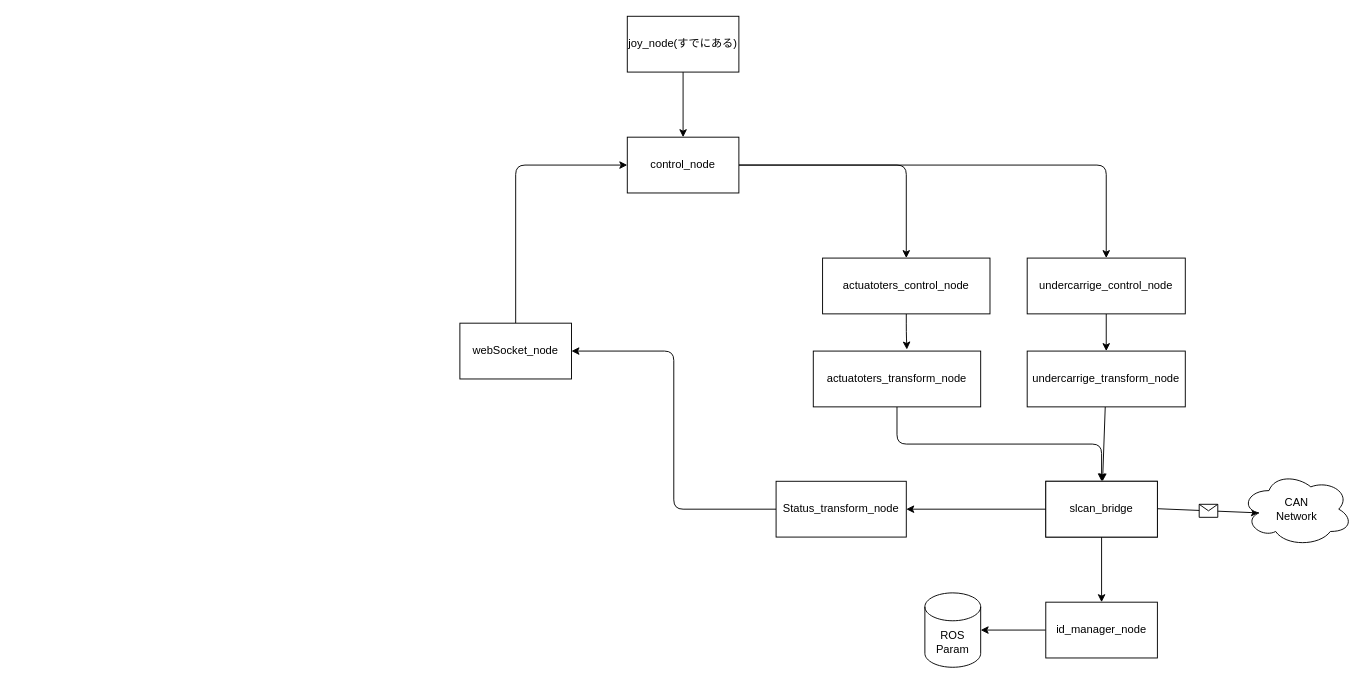
IndigoCarmine/chiba_robot_senior_team keeps this draw.io diagram as Connection.drawio. Above is the earlier version. Source tidied: cells renumbered, new cells numbered last; positions are measured from the earlier drawing's top-left corner, leaving out a move shared by most shapes. Both pictures are drawn from the tidied source at 93%, with x=0, y=0 at pixel (459, 16).
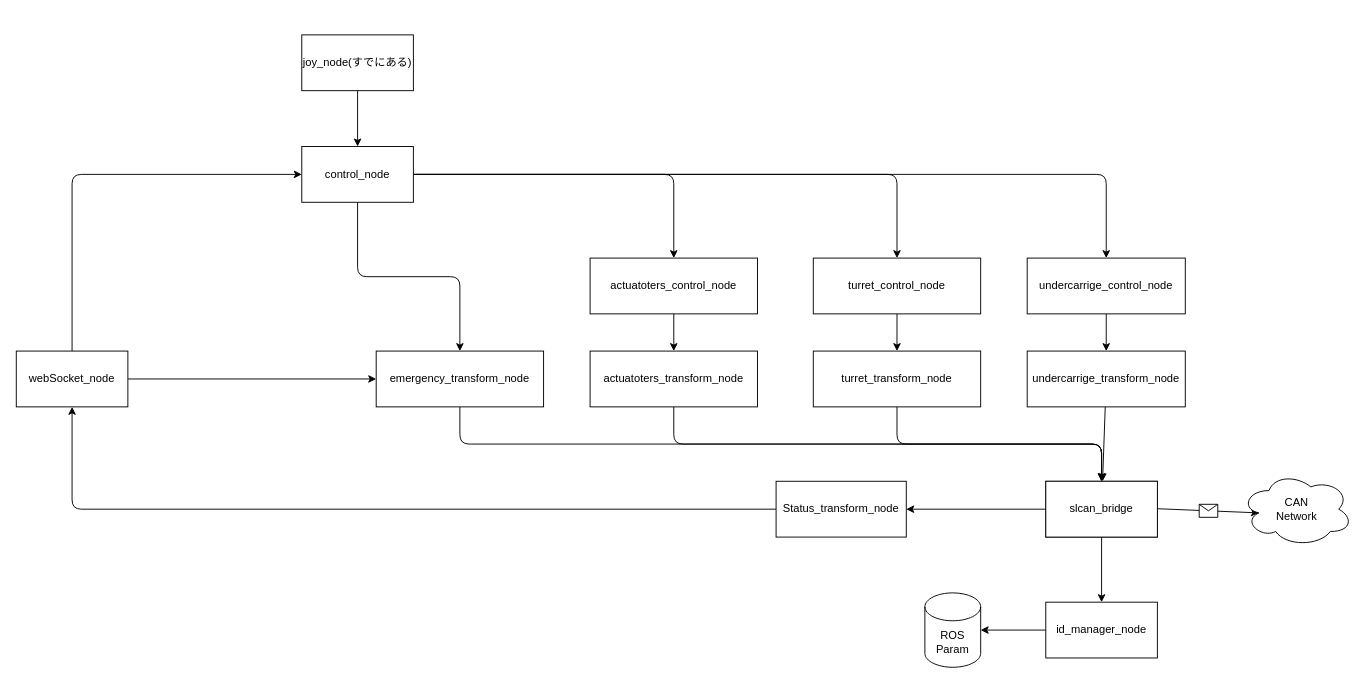
The same page after the edit.

Unchanged cells that the change refers to:
```xml
<mxCell id="9" value="slcan_bridge" style="rounded=0;whiteSpace=wrap;html=1;" parent="1" vertex="1">
  <mxGeometry x="630" y="500" width="120" height="60" as="geometry" />
</mxCell>
<mxCell id="19" value="Status_transform_node" style="rounded=0;whiteSpace=wrap;html=1;" parent="1" vertex="1">
  <mxGeometry x="340" y="500" width="140" height="60" as="geometry" />
</mxCell>
```

Change to the diagram source:
```diff
@@
-    <mxCell id="12" value="actuatoters_transform_node" style="rounded=0;whiteSpace=wrap;html=1;" parent="1" vertex="1">
+    <mxCell id="12" value="turret_transform_node" style="rounded=0;whiteSpace=wrap;html=1;" parent="1" vertex="1">
       <mxGeometry x="380" y="360" width="180" height="60" as="geometry" />
     </mxCell>
-    <mxCell id="13" style="edgeStyle=orthogonalEdgeStyle;html=1;exitX=0.5;exitY=1;exitDx=0;exitDy=0;entryX=0.559;entryY=-0.028;entryDx=0;entryDy=0;entryPerimeter=0;" parent="1" edge="1" source="14" target="12">
+    <mxCell id="13" style="edgeStyle=orthogonalEdgeStyle;html=1;exitX=0.5;exitY=1;exitDx=0;exitDy=0;entryX=0.5;entryY=0;entryDx=0;entryDy=0;" parent="1" edge="1" source="14" target="12">
       <mxGeometry relative="1" as="geometry" />
     </mxCell>
-    <mxCell id="14" value="actuatoters_control_node" style="rounded=0;whiteSpace=wrap;html=1;" parent="1" vertex="1">
-      <mxGeometry x="390" y="260" width="180" height="60" as="geometry" />
+    <mxCell id="14" value="turret_control_node" style="rounded=0;whiteSpace=wrap;html=1;" parent="1" vertex="1">
+      <mxGeometry x="380" y="260" width="180" height="60" as="geometry" />
     </mxCell>
@@
-    <mxCell id="18" style="edgeStyle=orthogonalEdgeStyle;html=1;exitX=0;exitY=0.5;exitDx=0;exitDy=0;entryX=1;entryY=0.5;entryDx=0;entryDy=0;" parent="1" edge="1" source="19" target="24">
+    <mxCell id="18" style="edgeStyle=orthogonalEdgeStyle;html=1;exitX=0;exitY=0.5;exitDx=0;exitDy=0;entryX=0.5;entryY=1;entryDx=0;entryDy=0;" parent="1" edge="1" source="19" target="24">
       <mxGeometry relative="1" as="geometry" />
     </mxCell>
@@
+    <mxCell id="29" style="edgeStyle=orthogonalEdgeStyle;html=1;exitX=1;exitY=0.5;exitDx=0;exitDy=0;entryX=0.5;entryY=0;entryDx=0;entryDy=0;" parent="1" edge="1" source="22" target="35">
+      <mxGeometry relative="1" as="geometry" />
+    </mxCell>
+    <mxCell id="30" style="edgeStyle=orthogonalEdgeStyle;html=1;exitX=0.5;exitY=1;exitDx=0;exitDy=0;entryX=0.5;entryY=0;entryDx=0;entryDy=0;" parent="1" edge="1" source="22" target="37">
+      <mxGeometry relative="1" as="geometry" />
+    </mxCell>
     <mxCell id="22" value="control_node" style="rounded=0;whiteSpace=wrap;html=1;" parent="1" vertex="1">
-      <mxGeometry x="180" y="130" width="120" height="60" as="geometry" />
+      <mxGeometry x="-170" y="140" width="120" height="60" as="geometry" />
     </mxCell>
@@
+    <mxCell id="31" style="edgeStyle=orthogonalEdgeStyle;html=1;exitX=1;exitY=0.5;exitDx=0;exitDy=0;entryX=0;entryY=0.5;entryDx=0;entryDy=0;" parent="1" edge="1" source="24" target="37">
+      <mxGeometry relative="1" as="geometry" />
+    </mxCell>
     <mxCell id="24" value="webSocket_node" style="rounded=0;whiteSpace=wrap;html=1;" parent="1" vertex="1">
-      <mxGeometry y="330" width="120" height="60" as="geometry" />
+      <mxGeometry x="-477" y="360" width="120" height="60" as="geometry" />
     </mxCell>
@@
     <mxCell id="26" value="joy_node(すでにある)" style="rounded=0;whiteSpace=wrap;html=1;" parent="1" vertex="1">
-      <mxGeometry x="180" width="120" height="60" as="geometry" />
+      <mxGeometry x="-170" y="20" width="120" height="60" as="geometry" />
     </mxCell>
@@
+    <mxCell id="32" style="edgeStyle=orthogonalEdgeStyle;html=1;exitX=0.5;exitY=1;exitDx=0;exitDy=0;entryX=0.5;entryY=0;entryDx=0;entryDy=0;" parent="1" edge="1" source="33" target="9">
+      <mxGeometry relative="1" as="geometry" />
+    </mxCell>
+    <mxCell id="33" value="actuatoters_transform_node" style="rounded=0;whiteSpace=wrap;html=1;" parent="1" vertex="1">
+      <mxGeometry x="140" y="360" width="180" height="60" as="geometry" />
+    </mxCell>
+    <mxCell id="34" style="edgeStyle=orthogonalEdgeStyle;html=1;exitX=0.5;exitY=1;exitDx=0;exitDy=0;entryX=0.5;entryY=0;entryDx=0;entryDy=0;" parent="1" edge="1" source="35" target="33">
+      <mxGeometry relative="1" as="geometry" />
+    </mxCell>
+    <mxCell id="35" value="actuatoters_control_node" style="rounded=0;whiteSpace=wrap;html=1;" parent="1" vertex="1">
+      <mxGeometry x="140" y="260" width="180" height="60" as="geometry" />
+    </mxCell>
+    <mxCell id="36" style="edgeStyle=orthogonalEdgeStyle;html=1;exitX=0.5;exitY=1;exitDx=0;exitDy=0;entryX=0.5;entryY=0;entryDx=0;entryDy=0;" parent="1" edge="1" source="37" target="9">
+      <mxGeometry relative="1" as="geometry" />
+    </mxCell>
+    <mxCell id="37" value="emergency_transform_node" style="rounded=0;whiteSpace=wrap;html=1;" parent="1" vertex="1">
+      <mxGeometry x="-90" y="360" width="180" height="60" as="geometry" />
+    </mxCell>
```
